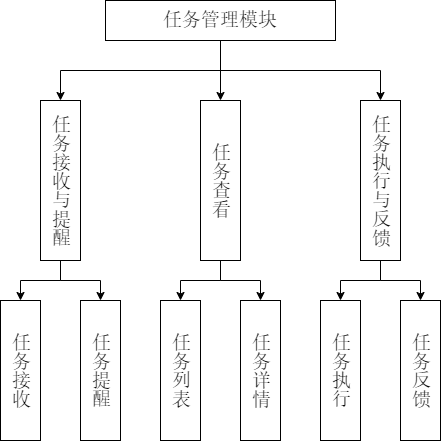
w1791105996/About-CSS3 keeps this draw.io diagram as 学生端任务管理模块.drawio.png. Above is the earlier version. Source tidied: cells renumbered, new cells last; positions are measured from the earlier drawing's top-left corner, leaving out a move shared by most shapes.
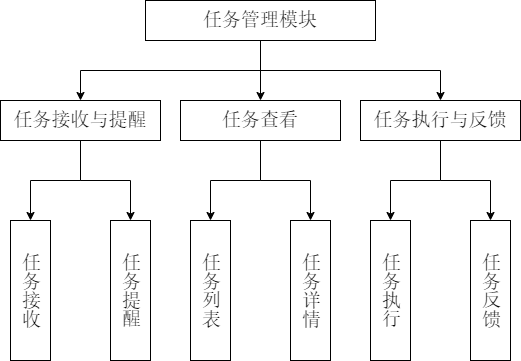
After the commit.

Commit message:
更新学生端任务管理模块.drawio.png

Change to the diagram source:
```diff
@@ -20,8 +20,8 @@
     <mxCell id="7" style="edgeStyle=orthogonalEdgeStyle;rounded=0;jettySize=auto;html=1;exitX=0.5;exitY=1;exitDx=0;exitDy=0;entryX=0.5;entryY=0;entryDx=0;entryDy=0;" parent="1" edge="1" source="8" target="15">
       <mxGeometry relative="1" as="geometry" />
     </mxCell>
-    <mxCell id="8" value="&lt;span style=&quot;font-size: 19px;&quot;&gt;&lt;font style=&quot;font-size: 19px;&quot;&gt;任务接收与提醒&lt;/font&gt;&lt;/span&gt;" style="rounded=0;whiteSpace=wrap;html=1;textDirection=vertical-lr;horizontal=1;fontFamily=宋体;spacingTop=0;fontSize=19;" parent="1" vertex="1">
-      <mxGeometry x="40" y="100" width="40" height="160" as="geometry" />
+    <mxCell id="8" value="&lt;span style=&quot;font-size: 19px;&quot;&gt;&lt;font style=&quot;font-size: 19px;&quot;&gt;任务接收与提醒&lt;/font&gt;&lt;/span&gt;" style="rounded=0;whiteSpace=wrap;html=1;horizontal=1;fontFamily=宋体;spacingTop=0;fontSize=19;" parent="1" vertex="1">
+      <mxGeometry x="-40" y="100" width="160" height="40" as="geometry" />
     </mxCell>
     <mxCell id="9" style="edgeStyle=orthogonalEdgeStyle;rounded=0;jettySize=auto;html=1;exitX=0.5;exitY=1;exitDx=0;exitDy=0;entryX=0.5;entryY=0;entryDx=0;entryDy=0;" parent="1" edge="1" source="11" target="17">
       <mxGeometry relative="1" as="geometry" />
@@ -29,8 +29,8 @@
     <mxCell id="10" style="edgeStyle=orthogonalEdgeStyle;rounded=0;jettySize=auto;html=1;exitX=0.5;exitY=1;exitDx=0;exitDy=0;entryX=0.5;entryY=0;entryDx=0;entryDy=0;" parent="1" edge="1" source="11" target="18">
       <mxGeometry relative="1" as="geometry" />
     </mxCell>
-    <mxCell id="11" value="&lt;span style=&quot;font-size: 19px;&quot;&gt;&lt;font style=&quot;font-size: 19px;&quot;&gt;任务查看&lt;/font&gt;&lt;/span&gt;" style="rounded=0;whiteSpace=wrap;html=1;textDirection=vertical-lr;horizontal=1;fontFamily=宋体;spacingTop=0;fontSize=19;" parent="1" vertex="1">
-      <mxGeometry x="200" y="100" width="40" height="160" as="geometry" />
+    <mxCell id="11" value="&lt;span style=&quot;font-size: 19px;&quot;&gt;&lt;font style=&quot;font-size: 19px;&quot;&gt;任务查看&lt;/font&gt;&lt;/span&gt;" style="rounded=0;whiteSpace=wrap;html=1;horizontal=1;fontFamily=宋体;spacingTop=0;fontSize=19;" parent="1" vertex="1">
+      <mxGeometry x="140" y="100" width="160" height="40" as="geometry" />
     </mxCell>
     <mxCell id="12" style="edgeStyle=orthogonalEdgeStyle;rounded=0;jettySize=auto;html=1;exitX=0.5;exitY=1;exitDx=0;exitDy=0;entryX=0.5;entryY=0;entryDx=0;entryDy=0;" parent="1" edge="1" source="14" target="19">
       <mxGeometry relative="1" as="geometry" />
@@ -38,26 +38,26 @@
     <mxCell id="13" style="edgeStyle=orthogonalEdgeStyle;rounded=0;jettySize=auto;html=1;exitX=0.5;exitY=1;exitDx=0;exitDy=0;entryX=0.5;entryY=0;entryDx=0;entryDy=0;" parent="1" edge="1" source="14" target="20">
       <mxGeometry relative="1" as="geometry" />
     </mxCell>
-    <mxCell id="14" value="&lt;span style=&quot;font-size: 19px;&quot;&gt;&lt;font style=&quot;font-size: 19px;&quot;&gt;任务执行与反馈&lt;/font&gt;&lt;/span&gt;" style="rounded=0;whiteSpace=wrap;html=1;textDirection=vertical-lr;horizontal=1;fontFamily=宋体;spacingTop=0;fontSize=19;" parent="1" vertex="1">
-      <mxGeometry x="360" y="100" width="40" height="160" as="geometry" />
+    <mxCell id="14" value="&lt;span style=&quot;font-size: 19px;&quot;&gt;&lt;font style=&quot;font-size: 19px;&quot;&gt;任务执行与反馈&lt;/font&gt;&lt;/span&gt;" style="rounded=0;whiteSpace=wrap;html=1;horizontal=1;fontFamily=宋体;spacingTop=0;fontSize=19;" parent="1" vertex="1">
+      <mxGeometry x="320" y="100" width="160" height="40" as="geometry" />
     </mxCell>
     <mxCell id="15" value="&lt;span style=&quot;font-size: 19px;&quot;&gt;&lt;font style=&quot;font-size: 19px;&quot;&gt;任务接收&lt;/font&gt;&lt;/span&gt;" style="rounded=0;whiteSpace=wrap;html=1;textDirection=vertical-lr;horizontal=1;fontFamily=宋体;spacingTop=0;fontSize=19;" parent="1" vertex="1">
-      <mxGeometry y="300" width="40" height="140" as="geometry" />
+      <mxGeometry x="-30" y="220" width="40" height="140" as="geometry" />
     </mxCell>
     <mxCell id="16" value="任务提醒" style="rounded=0;whiteSpace=wrap;html=1;textDirection=vertical-lr;horizontal=1;fontFamily=宋体;spacingTop=0;fontSize=19;" parent="1" vertex="1">
-      <mxGeometry x="80" y="300" width="40" height="140" as="geometry" />
+      <mxGeometry x="70" y="220" width="40" height="140" as="geometry" />
     </mxCell>
     <mxCell id="17" value="任务列表" style="rounded=0;whiteSpace=wrap;html=1;textDirection=vertical-lr;horizontal=1;fontFamily=宋体;spacingTop=0;fontSize=19;" parent="1" vertex="1">
-      <mxGeometry x="160" y="300" width="40" height="140" as="geometry" />
+      <mxGeometry x="150" y="220" width="40" height="140" as="geometry" />
     </mxCell>
     <mxCell id="18" value="任务详情" style="rounded=0;whiteSpace=wrap;html=1;textDirection=vertical-lr;horizontal=1;fontFamily=宋体;spacingTop=0;fontSize=19;" parent="1" vertex="1">
-      <mxGeometry x="240" y="300" width="40" height="140" as="geometry" />
+      <mxGeometry x="250" y="220" width="40" height="140" as="geometry" />
     </mxCell>
     <mxCell id="19" value="任务执行" style="rounded=0;whiteSpace=wrap;html=1;textDirection=vertical-lr;horizontal=1;fontFamily=宋体;spacingTop=0;fontSize=19;" parent="1" vertex="1">
-      <mxGeometry x="320" y="300" width="40" height="140" as="geometry" />
+      <mxGeometry x="330" y="220" width="40" height="140" as="geometry" />
     </mxCell>
     <mxCell id="20" value="任务反馈" style="rounded=0;whiteSpace=wrap;html=1;textDirection=vertical-lr;horizontal=1;fontFamily=宋体;spacingTop=0;fontSize=19;" parent="1" vertex="1">
-      <mxGeometry x="400" y="300" width="40" height="140" as="geometry" />
+      <mxGeometry x="430" y="220" width="40" height="140" as="geometry" />
     </mxCell>
   </root>
 </mxGraphModel>
```
